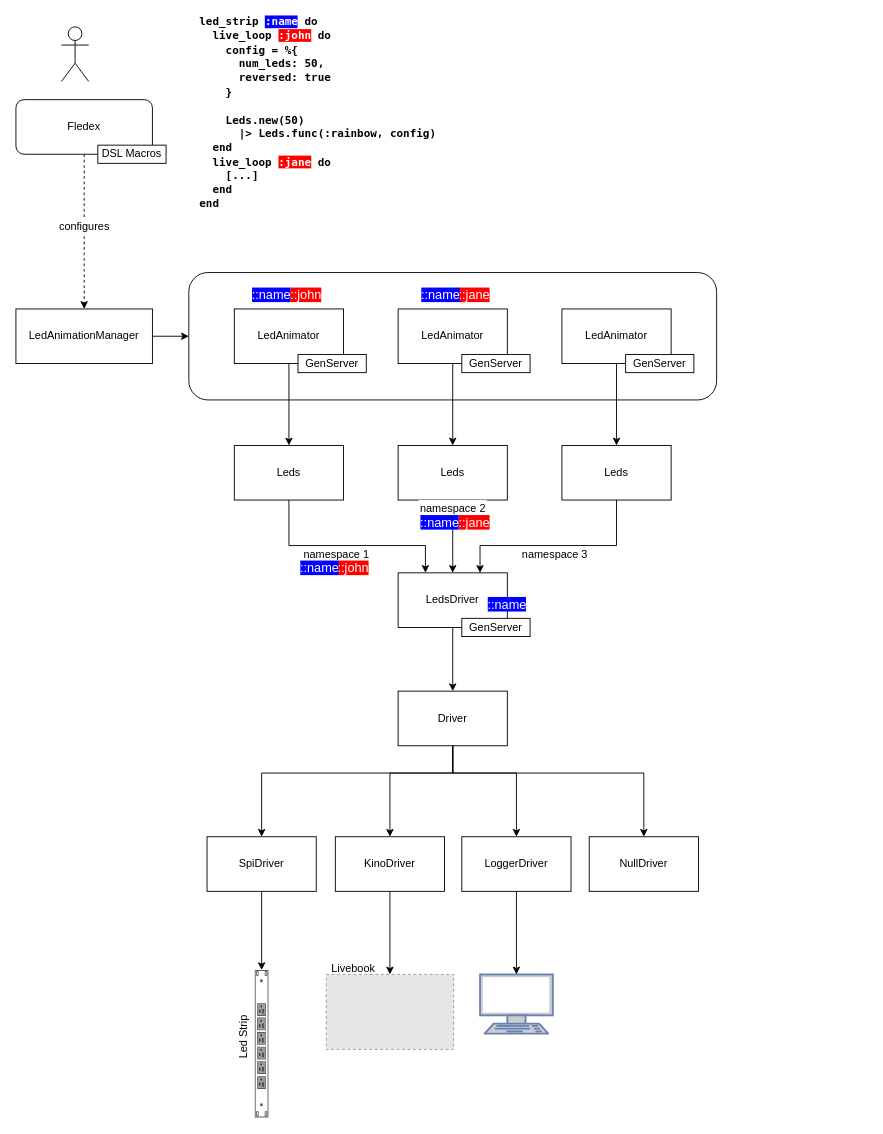
Above: docs/architecture.drawio in a-maze-d/fledex (draw.io), before the change. Source tidied: cells renumbered, new cells numbered last; positions are measured from the earlier drawing's top-left corner, leaving out a move shared by most shapes. Both pictures are drawn from the tidied source at 91%, with x=0, y=0 at pixel (15, 17). Pictures stored in the file or linked from it are replaced by grey dashed boxes.
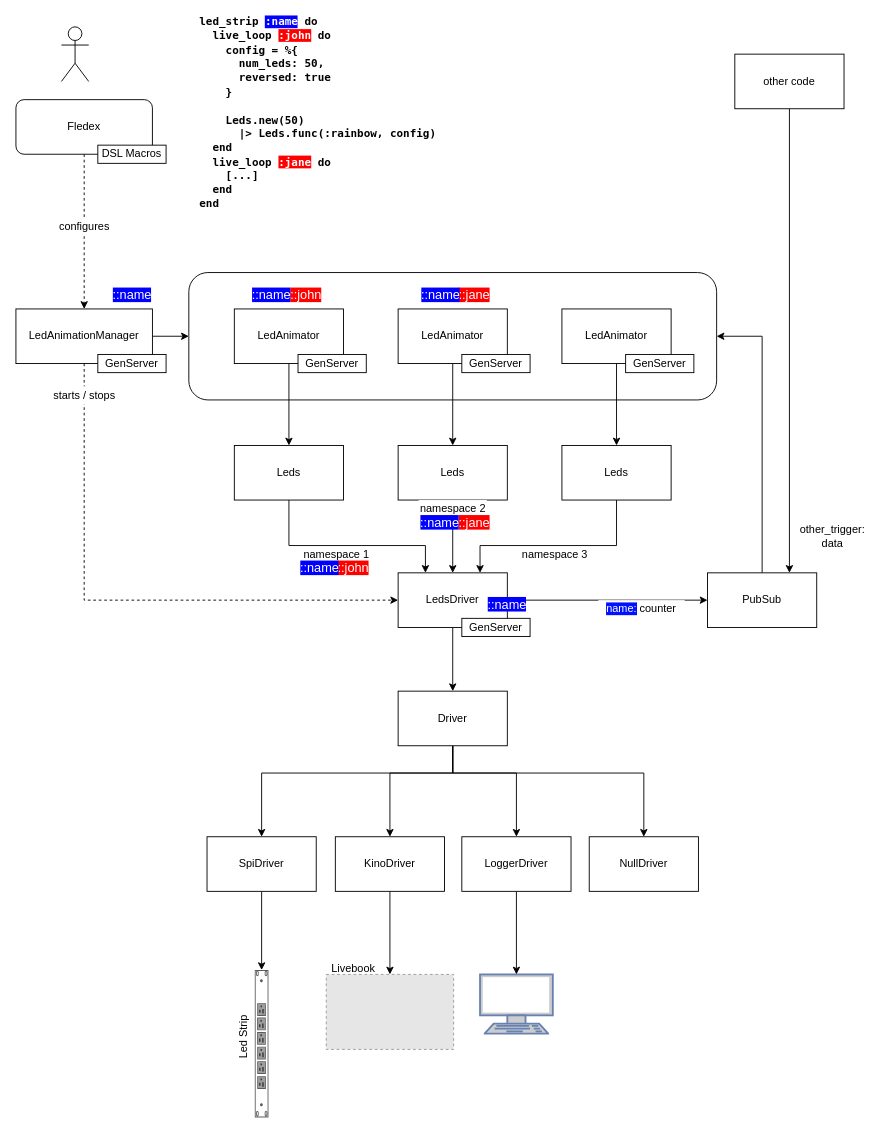
Above is the later version.

Unchanged cells that the change refers to:
```xml
<mxCell id="3" style="rounded=1;whiteSpace=wrap;html=1;labelBackgroundColor=none;fontColor=#000000;" parent="1" vertex="1">
  <mxGeometry x="190" y="280" width="580" height="140" as="geometry" />
</mxCell>
<mxCell id="24" value="LedsDriver" style="rounded=0;whiteSpace=wrap;html=1;labelBackgroundColor=none;fontColor=#000000;" parent="1" vertex="1">
  <mxGeometry x="420" y="610" width="120" height="60" as="geometry" />
</mxCell>
<mxCell id="46" value="LedAnimationManager" style="rounded=0;whiteSpace=wrap;html=1;labelBackgroundColor=none;fontColor=#000000;" parent="1" vertex="1">
  <mxGeometry y="320" width="150" height="60" as="geometry" />
</mxCell>
```

Change to the diagram source:
```diff
@@
+    <mxCell id="63" style="edgeStyle=orthogonalEdgeStyle;rounded=0;jettySize=auto;html=1;" parent="1" edge="1" source="24">
+      <mxGeometry relative="1" as="geometry">
+        <mxPoint x="760" y="640" as="targetPoint" />
+      </mxGeometry>
+    </mxCell>
@@
+    <mxCell id="64" style="edgeStyle=orthogonalEdgeStyle;rounded=0;jettySize=auto;html=1;entryX=0;entryY=0.5;entryDx=0;entryDy=0;dashed=1;" parent="1" edge="1" source="46" target="24">
+      <mxGeometry relative="1" as="geometry">
+        <Array as="points">
+          <mxPoint x="75" y="640" />
+        </Array>
+      </mxGeometry>
+    </mxCell>
@@
+    <mxCell id="65" value="starts / stops" style="rounded=0;whiteSpace=wrap;html=1;labelBackgroundColor=none;fontColor=#000000;strokeColor=none;" parent="1" vertex="1">
+      <mxGeometry x="37.5" y="405" width="75" height="20" as="geometry" />
+    </mxCell>
+    <mxCell id="66" value="&lt;span style=&quot;font-size: 14px; background-color: rgb(0, 0, 255);&quot;&gt;::name&lt;/span&gt;" style="text;html=1;strokeColor=none;fillColor=none;align=center;verticalAlign=middle;whiteSpace=wrap;rounded=0;fontColor=#FFFFFF;" parent="1" vertex="1">
+      <mxGeometry x="97.5" y="290" width="60" height="30" as="geometry" />
+    </mxCell>
+    <mxCell id="67" value="GenServer" style="rounded=0;whiteSpace=wrap;html=1;labelBackgroundColor=none;fontColor=#000000;" parent="1" vertex="1">
+      <mxGeometry x="90" y="370" width="75" height="20" as="geometry" />
+    </mxCell>
+    <mxCell id="68" style="edgeStyle=orthogonalEdgeStyle;rounded=0;jettySize=auto;html=1;entryX=1;entryY=0.5;entryDx=0;entryDy=0;" parent="1" edge="1" source="69" target="3">
+      <mxGeometry relative="1" as="geometry" />
+    </mxCell>
+    <mxCell id="69" value="PubSub" style="rounded=0;whiteSpace=wrap;html=1;labelBackgroundColor=none;fontColor=#000000;" parent="1" vertex="1">
+      <mxGeometry x="760" y="610" width="120" height="60" as="geometry" />
+    </mxCell>
+    <mxCell id="70" value="&lt;font style=&quot;background-color: rgb(0, 17, 255);&quot; color=&quot;#ffffff&quot;&gt;name:&lt;/font&gt; counter" style="rounded=0;whiteSpace=wrap;html=1;labelBackgroundColor=none;fontColor=#000000;strokeColor=none;" parent="1" vertex="1">
+      <mxGeometry x="640" y="640" width="95" height="20" as="geometry" />
+    </mxCell>
+    <mxCell id="71" style="edgeStyle=orthogonalEdgeStyle;rounded=0;jettySize=auto;html=1;entryX=0.75;entryY=0;entryDx=0;entryDy=0;" parent="1" edge="1" source="72" target="69">
+      <mxGeometry relative="1" as="geometry" />
+    </mxCell>
+    <mxCell id="72" value="other code" style="rounded=0;whiteSpace=wrap;html=1;" parent="1" vertex="1">
+      <mxGeometry x="790" y="40" width="120" height="60" as="geometry" />
+    </mxCell>
+    <mxCell id="73" value="other_trigger: data" style="rounded=0;whiteSpace=wrap;html=1;labelBackgroundColor=none;fontColor=#000000;strokeColor=none;" parent="1" vertex="1">
+      <mxGeometry x="860" y="560" width="75" height="20" as="geometry" />
+    </mxCell>
```
